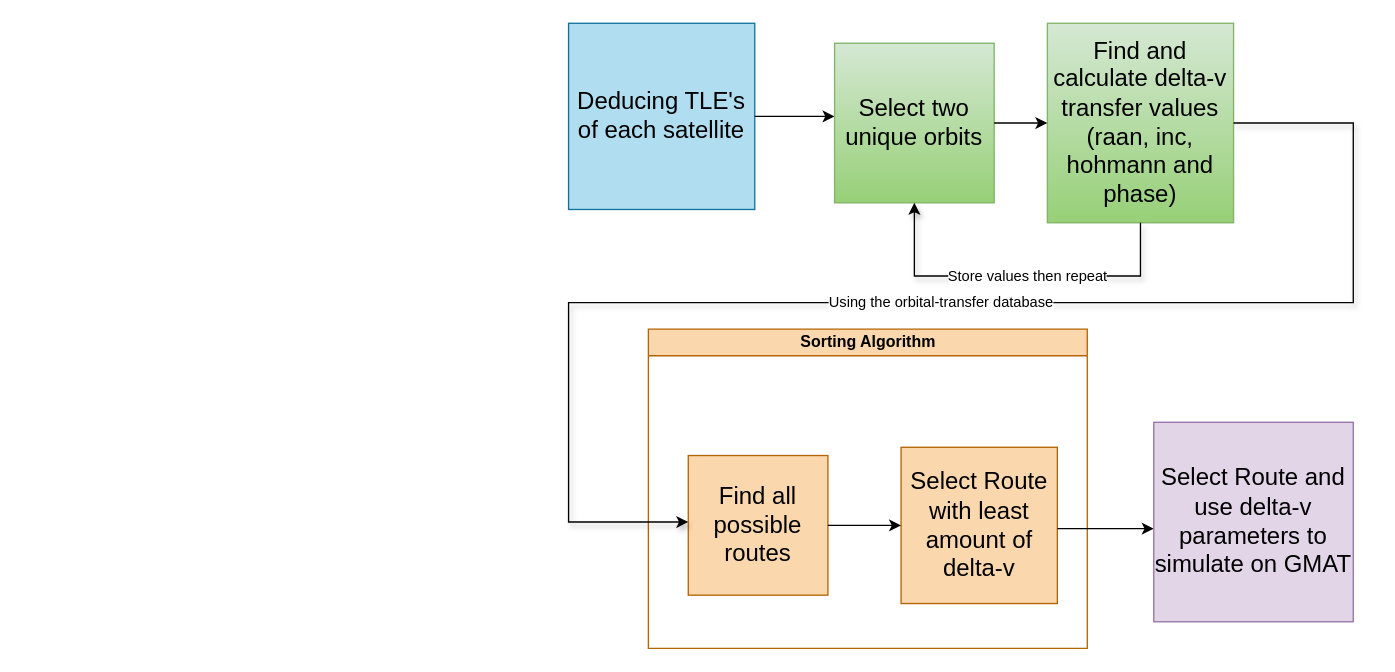
Above: Code approach.drawio in zalak0/Repair_Satellite_Code (draw.io), before the change. Source tidied: cells renumbered, new cells numbered last; positions are measured from the earlier drawing's top-left corner, leaving out a move shared by most shapes. Both pictures are drawn from the tidied source at 133%, with x=0, y=0 at pixel (568, 23).
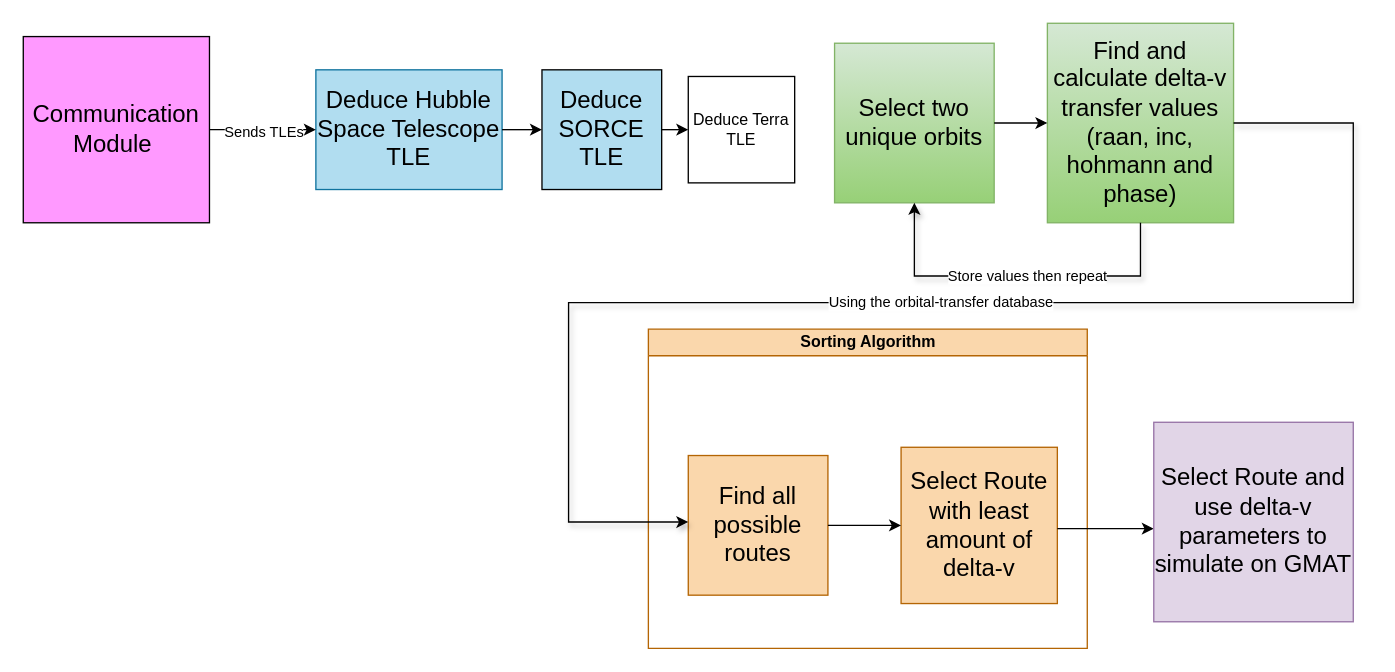
The same diagram, later.

What changed in the source:
```diff
@@
-    <mxCell id="7" value="&lt;font style=&quot;font-size: 18px;&quot;&gt;Deducing TLE's of each satellite&lt;/font&gt;" style="rounded=0;whiteSpace=wrap;html=1;fontSize=18;fillColor=#b1ddf0;strokeColor=#10739e;" parent="1" vertex="1">
-      <mxGeometry width="140" height="140" as="geometry" />
+    <mxCell id="7" value="Deduce Hubble Space Telescope TLE" style="rounded=0;whiteSpace=wrap;html=1;fontSize=18;fillColor=#B1DDF0;strokeColor=#10739e;" parent="1" vertex="1">
+      <mxGeometry x="-190" y="35" width="140" height="90" as="geometry" />
     </mxCell>
-    <mxCell id="8" style="endArrow=classic;html=1;rounded=0;" parent="1" edge="1" source="7">
-      <mxGeometry relative="1" as="geometry">
-        <mxPoint x="200" y="70" as="targetPoint" />
-      </mxGeometry>
-    </mxCell>
@@
+    <mxCell id="15" style="endArrow=classic;html=1;rounded=0;exitX=1;exitY=0.5;exitDx=0;exitDy=0;entryX=0;entryY=0.5;entryDx=0;entryDy=0;" parent="1" edge="1" source="7" target="19">
+      <mxGeometry relative="1" as="geometry" />
+    </mxCell>
+    <mxCell id="16" value="&lt;font style=&quot;font-size: 18px;&quot;&gt;Communication Module&amp;nbsp;&lt;/font&gt;" style="whiteSpace=wrap;html=1;fillColor=#FF99FF;" parent="1" vertex="1">
+      <mxGeometry x="-410" y="10" width="140" height="140" as="geometry" />
+    </mxCell>
+    <mxCell id="17" style="endArrow=classic;html=1;rounded=0;exitX=1;exitY=0.5;exitDx=0;exitDy=0;" parent="1" edge="1" source="16" target="7">
+      <mxGeometry relative="1" as="geometry" />
+    </mxCell>
+    <mxCell id="18" value="Sends TLEs" style="edgeLabel;html=1;align=center;verticalAlign=middle;" parent="17" vertex="1">
+      <mxGeometry x="0.01" y="-1" relative="1" as="geometry" />
+    </mxCell>
+    <mxCell id="19" value="&lt;font style=&quot;font-size: 18px;&quot;&gt;Deduce SORCE TLE&lt;/font&gt;" style="whiteSpace=wrap;html=1;fillColor=#B1DDf0;" parent="1" vertex="1">
+      <mxGeometry x="-20" y="35" width="90" height="90" as="geometry" />
+    </mxCell>
+    <mxCell id="20" style="endArrow=classic;html=1;rounded=0;exitX=1;exitY=0.5;exitDx=0;exitDy=0;" parent="1" edge="1" source="19" target="21">
+      <mxGeometry relative="1" as="geometry" />
+    </mxCell>
+    <mxCell id="21" value="Deduce Terra TLE" style="whiteSpace=wrap;html=1;" parent="1" vertex="1">
+      <mxGeometry x="90" y="40" width="80" height="80" as="geometry" />
+    </mxCell>
```
